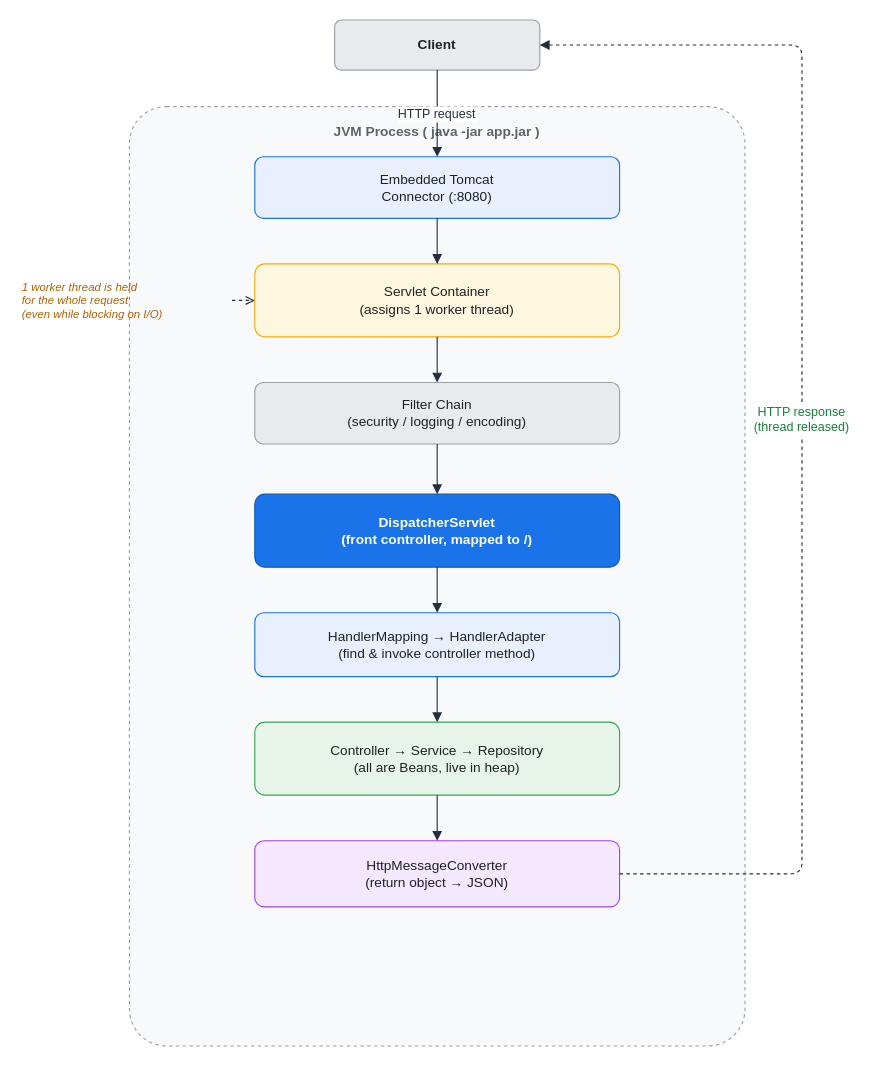
Earlier version of the draw.io diagram assets/img/spring/spring-01-request-flow.drawio (KKamJi98/kkamji98.github.io). Source tidied: cells renumbered, new cells numbered last; positions are measured from the earlier drawing's top-left corner, leaving out a move shared by most shapes. Both pictures are drawn from the tidied source at 114%, with x=0, y=0 at pixel (19, 19).
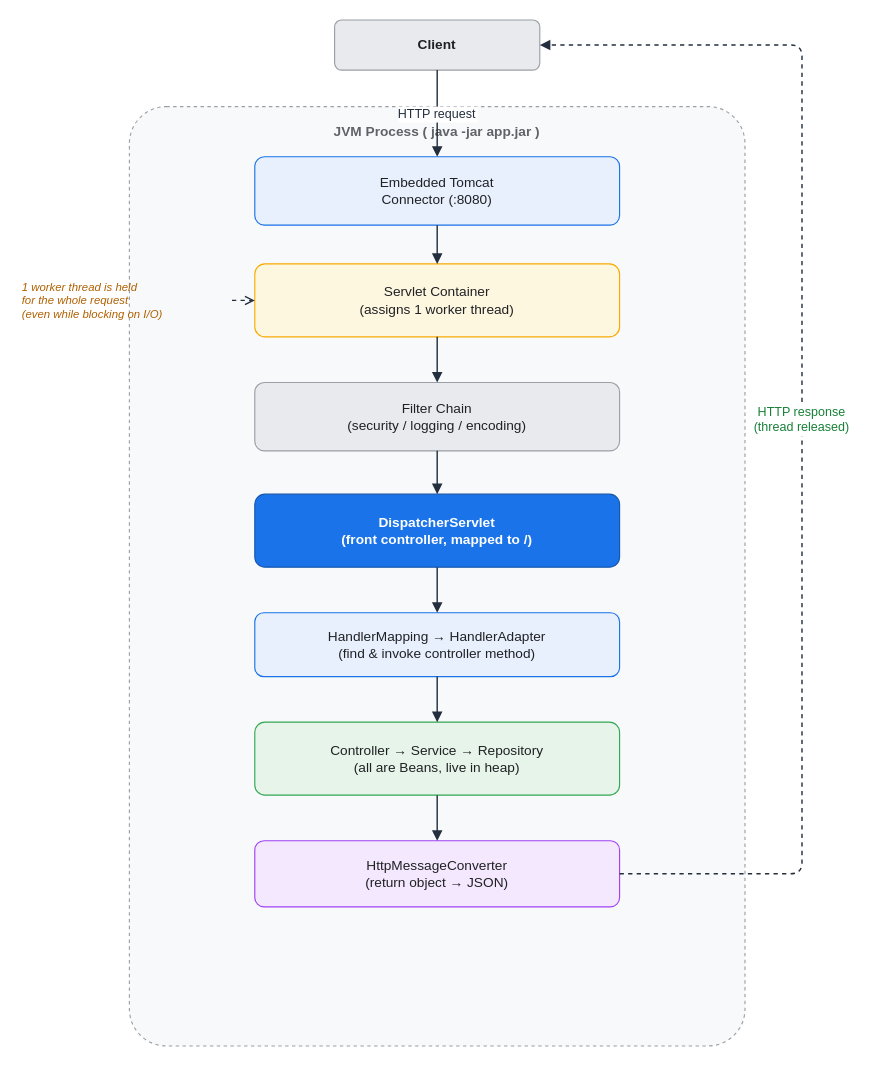
After the change.

Diff of the diagram source:
```diff
@@
-    <mxCell id="2" value="JVM Process ( java -jar app.jar )" style="rounded=1;whiteSpace=wrap;html=1;arcSize=6;shadow=0;fillColor=#F8F9FA;strokeColor=#9AA0A6;fontColor=#5F6368;fontStyle=1;verticalAlign=top;align=center;dashed=1;spacingTop=8;" parent="1" vertex="1">
+    <mxCell id="2" value="JVM Process ( java -jar app.jar )" style="rounded=1;whiteSpace=wrap;html=0;arcSize=6;shadow=0;fillColor=#F8F9FA;strokeColor=#9AA0A6;fontColor=#5F6368;fontStyle=1;verticalAlign=top;align=center;dashed=1;spacingTop=8;" parent="1" vertex="1">
       <mxGeometry x="96" y="76" width="540" height="824" as="geometry" />
     </mxCell>
-    <mxCell id="3" value="Client" style="rounded=1;whiteSpace=wrap;html=1;arcSize=14;shadow=0;fillColor=#E8EAED;strokeColor=#9AA0A6;fontColor=#202124;fontStyle=1;" parent="1" vertex="1">
+    <mxCell id="3" value="Client" style="rounded=1;whiteSpace=wrap;html=0;arcSize=14;shadow=0;fillColor=#E8EAED;strokeColor=#9AA0A6;fontColor=#202124;fontStyle=1;" parent="1" vertex="1">
       <mxGeometry x="276" width="180" height="44" as="geometry" />
     </mxCell>
-    <mxCell id="4" value="Embedded Tomcat&#10;Connector (:8080)" style="rounded=1;whiteSpace=wrap;html=1;arcSize=14;shadow=0;fillColor=#E8F0FE;strokeColor=#1A73E8;fontColor=#202124;" parent="1" vertex="1">
-      <mxGeometry x="206" y="120" width="320" height="54" as="geometry" />
+    <mxCell id="4" value="Embedded Tomcat&#10;Connector (:8080)" style="rounded=1;whiteSpace=wrap;html=0;arcSize=14;shadow=0;fillColor=#E8F0FE;strokeColor=#1A73E8;fontColor=#202124;" parent="1" vertex="1">
+      <mxGeometry x="206" y="120" width="320" height="60" as="geometry" />
     </mxCell>
-    <mxCell id="5" value="Servlet Container&#10;(assigns 1 worker thread)" style="rounded=1;whiteSpace=wrap;html=1;arcSize=14;shadow=0;fillColor=#FEF7E0;strokeColor=#F9AB00;fontColor=#202124;" parent="1" vertex="1">
+    <mxCell id="5" value="Servlet Container&#10;(assigns 1 worker thread)" style="rounded=1;whiteSpace=wrap;html=0;arcSize=14;shadow=0;fillColor=#FEF7E0;strokeColor=#F9AB00;fontColor=#202124;" parent="1" vertex="1">
       <mxGeometry x="206" y="214" width="320" height="64" as="geometry" />
     </mxCell>
-    <mxCell id="6" value="Filter Chain&#10;(security / logging / encoding)" style="rounded=1;whiteSpace=wrap;html=1;arcSize=14;shadow=0;fillColor=#E8EAED;strokeColor=#9AA0A6;fontColor=#202124;" parent="1" vertex="1">
-      <mxGeometry x="206" y="318" width="320" height="54" as="geometry" />
+    <mxCell id="6" value="Filter Chain&#10;(security / logging / encoding)" style="rounded=1;whiteSpace=wrap;html=0;arcSize=14;shadow=0;fillColor=#E8EAED;strokeColor=#9AA0A6;fontColor=#202124;" parent="1" vertex="1">
+      <mxGeometry x="206" y="318" width="320" height="60" as="geometry" />
     </mxCell>
-    <mxCell id="7" value="&lt;font style=&quot;color: rgb(255, 255, 255);&quot;&gt;DispatcherServlet&lt;br&gt;(front controller, mapped to /)&lt;/font&gt;" style="rounded=1;whiteSpace=wrap;html=1;arcSize=14;shadow=0;fillColor=#1A73E8;strokeColor=#1457B0;fontColor=#FFFFFF;fontStyle=1;" parent="1" vertex="1">
+    <mxCell id="7" value="DispatcherServlet&#10;(front controller, mapped to /)" style="rounded=1;whiteSpace=wrap;html=0;arcSize=14;shadow=0;fillColor=#1A73E8;strokeColor=#1457B0;fontColor=#FFFFFF;fontStyle=1;" parent="1" vertex="1">
       <mxGeometry x="206" y="416" width="320" height="64" as="geometry" />
     </mxCell>
-    <mxCell id="8" value="HandlerMapping → HandlerAdapter&#10;(find &amp; invoke controller method)" style="rounded=1;whiteSpace=wrap;html=1;arcSize=14;shadow=0;fillColor=#E8F0FE;strokeColor=#1A73E8;fontColor=#202124;" parent="1" vertex="1">
+    <mxCell id="8" value="HandlerMapping → HandlerAdapter&#10;(find &amp; invoke controller method)" style="rounded=1;whiteSpace=wrap;html=0;arcSize=14;shadow=0;fillColor=#E8F0FE;strokeColor=#1A73E8;fontColor=#202124;" parent="1" vertex="1">
       <mxGeometry x="206" y="520" width="320" height="56" as="geometry" />
     </mxCell>
-    <mxCell id="9" value="Controller → Service → Repository&#10;(all are Beans, live in heap)" style="rounded=1;whiteSpace=wrap;html=1;arcSize=14;shadow=0;fillColor=#E6F4EA;strokeColor=#34A853;fontColor=#202124;" parent="1" vertex="1">
+    <mxCell id="9" value="Controller → Service → Repository&#10;(all are Beans, live in heap)" style="rounded=1;whiteSpace=wrap;html=0;arcSize=14;shadow=0;fillColor=#E6F4EA;strokeColor=#34A853;fontColor=#202124;" parent="1" vertex="1">
       <mxGeometry x="206" y="616" width="320" height="64" as="geometry" />
     </mxCell>
-    <mxCell id="10" value="HttpMessageConverter&#10;(return object → JSON)" style="rounded=1;whiteSpace=wrap;html=1;arcSize=14;shadow=0;fillColor=#F3E8FD;strokeColor=#A142F4;fontColor=#202124;" parent="1" vertex="1">
+    <mxCell id="10" value="HttpMessageConverter&#10;(return object → JSON)" style="rounded=1;whiteSpace=wrap;html=0;arcSize=14;shadow=0;fillColor=#F3E8FD;strokeColor=#A142F4;fontColor=#202124;" parent="1" vertex="1">
       <mxGeometry x="206" y="720" width="320" height="58" as="geometry" />
     </mxCell>
-    <mxCell id="11" value="1 worker thread is held&#10;for the whole request&#10;(even while blocking on I/O)" style="text;html=1;align=left;verticalAlign=middle;whiteSpace=wrap;fontSize=10;fontColor=#B06000;fontStyle=2;" parent="1" vertex="1">
+    <mxCell id="11" value="1 worker thread is held&#10;for the whole request&#10;(even while blocking on I/O)" style="text;html=0;align=left;verticalAlign=middle;whiteSpace=wrap;fontSize=10;fontColor=#B06000;fontStyle=2;" parent="1" vertex="1">
       <mxGeometry y="214" width="186" height="64" as="geometry" />
     </mxCell>
-    <mxCell id="12" value="HTTP request" style="edgeStyle=orthogonalEdgeStyle;rounded=1;html=0;fontColor=#232F3E;strokeColor=#232F3E;labelBackgroundColor=#FFFFFF;endArrow=block;exitX=0.5;exitY=1;exitDx=0;exitDy=0;entryX=0.5;entryY=0;entryDx=0;entryDy=0;" parent="1" edge="1" source="3" target="4">
+    <mxCell id="12" value="HTTP request" style="edgeStyle=orthogonalEdgeStyle;rounded=1;html=0;fontColor=#232F3E;strokeColor=#232F3E;labelBackgroundColor=#FFFFFF;endArrow=block;exitX=0.5;exitY=1;exitDx=0;exitDy=0;entryX=0.5;entryY=0;entryDx=0;entryDy=0;strokeWidth=1.25;" parent="1" edge="1" source="3" target="4">
       <mxGeometry relative="1" as="geometry" />
     </mxCell>
-    <mxCell id="13" style="edgeStyle=orthogonalEdgeStyle;rounded=1;html=1;fontColor=#232F3E;strokeColor=#232F3E;labelBackgroundColor=none;endArrow=block;exitX=0.5;exitY=1;exitDx=0;exitDy=0;entryX=0.5;entryY=0;entryDx=0;entryDy=0;" parent="1" edge="1" source="4" target="5">
+    <mxCell id="13" style="edgeStyle=orthogonalEdgeStyle;rounded=1;html=0;fontColor=#232F3E;strokeColor=#232F3E;labelBackgroundColor=none;endArrow=block;exitX=0.5;exitY=1;exitDx=0;exitDy=0;entryX=0.5;entryY=0;entryDx=0;entryDy=0;strokeWidth=1.25;" parent="1" edge="1" source="4" target="5">
       <mxGeometry relative="1" as="geometry" />
     </mxCell>
-    <mxCell id="14" style="edgeStyle=orthogonalEdgeStyle;rounded=1;html=1;fontColor=#232F3E;strokeColor=#232F3E;labelBackgroundColor=none;endArrow=block;exitX=0.5;exitY=1;exitDx=0;exitDy=0;entryX=0.5;entryY=0;entryDx=0;entryDy=0;" parent="1" edge="1" source="5" target="6">
+    <mxCell id="14" style="edgeStyle=orthogonalEdgeStyle;rounded=1;html=0;fontColor=#232F3E;strokeColor=#232F3E;labelBackgroundColor=none;endArrow=block;exitX=0.5;exitY=1;exitDx=0;exitDy=0;entryX=0.5;entryY=0;entryDx=0;entryDy=0;strokeWidth=1.25;" parent="1" edge="1" source="5" target="6">
       <mxGeometry relative="1" as="geometry" />
     </mxCell>
-    <mxCell id="15" style="edgeStyle=orthogonalEdgeStyle;rounded=1;html=1;fontColor=#232F3E;strokeColor=#232F3E;labelBackgroundColor=none;endArrow=block;exitX=0.5;exitY=1;exitDx=0;exitDy=0;entryX=0.5;entryY=0;entryDx=0;entryDy=0;" parent="1" edge="1" source="6" target="7">
+    <mxCell id="15" style="edgeStyle=orthogonalEdgeStyle;rounded=1;html=0;fontColor=#232F3E;strokeColor=#232F3E;labelBackgroundColor=none;endArrow=block;exitX=0.5;exitY=1;exitDx=0;exitDy=0;entryX=0.5;entryY=0;entryDx=0;entryDy=0;strokeWidth=1.25;" parent="1" edge="1" source="6" target="7">
       <mxGeometry relative="1" as="geometry" />
     </mxCell>
-    <mxCell id="16" style="edgeStyle=orthogonalEdgeStyle;rounded=1;html=1;fontColor=#232F3E;strokeColor=#232F3E;labelBackgroundColor=none;endArrow=block;exitX=0.5;exitY=1;exitDx=0;exitDy=0;entryX=0.5;entryY=0;entryDx=0;entryDy=0;" parent="1" edge="1" source="7" target="8">
+    <mxCell id="16" style="edgeStyle=orthogonalEdgeStyle;rounded=1;html=0;fontColor=#232F3E;strokeColor=#232F3E;labelBackgroundColor=none;endArrow=block;exitX=0.5;exitY=1;exitDx=0;exitDy=0;entryX=0.5;entryY=0;entryDx=0;entryDy=0;strokeWidth=1.25;" parent="1" edge="1" source="7" target="8">
       <mxGeometry relative="1" as="geometry" />
     </mxCell>
-    <mxCell id="17" style="edgeStyle=orthogonalEdgeStyle;rounded=1;html=1;fontColor=#232F3E;strokeColor=#232F3E;labelBackgroundColor=none;endArrow=block;exitX=0.5;exitY=1;exitDx=0;exitDy=0;entryX=0.5;entryY=0;entryDx=0;entryDy=0;" parent="1" edge="1" source="8" target="9">
+    <mxCell id="17" style="edgeStyle=orthogonalEdgeStyle;rounded=1;html=0;fontColor=#232F3E;strokeColor=#232F3E;labelBackgroundColor=none;endArrow=block;exitX=0.5;exitY=1;exitDx=0;exitDy=0;entryX=0.5;entryY=0;entryDx=0;entryDy=0;strokeWidth=1.25;" parent="1" edge="1" source="8" target="9">
       <mxGeometry relative="1" as="geometry" />
     </mxCell>
-    <mxCell id="18" style="edgeStyle=orthogonalEdgeStyle;rounded=1;html=1;fontColor=#232F3E;strokeColor=#232F3E;labelBackgroundColor=none;endArrow=block;exitX=0.5;exitY=1;exitDx=0;exitDy=0;entryX=0.5;entryY=0;entryDx=0;entryDy=0;" parent="1" edge="1" source="9" target="10">
+    <mxCell id="18" style="edgeStyle=orthogonalEdgeStyle;rounded=1;html=0;fontColor=#232F3E;strokeColor=#232F3E;labelBackgroundColor=none;endArrow=block;exitX=0.5;exitY=1;exitDx=0;exitDy=0;entryX=0.5;entryY=0;entryDx=0;entryDy=0;strokeWidth=1.25;" parent="1" edge="1" source="9" target="10">
       <mxGeometry relative="1" as="geometry" />
     </mxCell>
-    <mxCell id="19" value="HTTP response&#10;(thread released)" style="edgeStyle=orthogonalEdgeStyle;rounded=1;html=0;dashed=1;fontColor=#188038;strokeColor=#232F3E;labelBackgroundColor=#FFFFFF;endArrow=block;exitX=1;exitY=0.5;exitDx=0;exitDy=0;entryX=1;entryY=0.5;entryDx=0;entryDy=0;" parent="1" edge="1" source="10" target="3">
+    <mxCell id="19" value="HTTP response&#10;(thread released)" style="edgeStyle=orthogonalEdgeStyle;rounded=1;html=0;dashed=1;fontColor=#188038;strokeColor=#232F3E;labelBackgroundColor=#FFFFFF;endArrow=block;exitX=1;exitY=0.5;exitDx=0;exitDy=0;entryX=1;entryY=0.5;entryDx=0;entryDy=0;strokeWidth=1.25;" parent="1" edge="1" source="10" target="3">
       <mxGeometry relative="1" as="geometry">
         <Array as="points">
           <mxPoint x="686" y="749" />
           <mxPoint x="686" y="22" />
         </Array>
       </mxGeometry>
     </mxCell>
-    <mxCell id="20" style="edgeStyle=orthogonalEdgeStyle;rounded=1;html=1;dashed=1;strokeColor=#232F3E;fontColor=#232F3E;labelBackgroundColor=none;endArrow=open;endSize=6;exitX=1;exitY=0.5;exitDx=0;exitDy=0;entryX=0;entryY=0.5;entryDx=0;entryDy=0;" parent="1" edge="1" source="11" target="5">
+    <mxCell id="20" style="edgeStyle=orthogonalEdgeStyle;rounded=1;html=0;dashed=1;strokeColor=#232F3E;fontColor=#232F3E;labelBackgroundColor=none;endArrow=open;endSize=6;exitX=1;exitY=0.5;exitDx=0;exitDy=0;entryX=0;entryY=0.5;entryDx=0;entryDy=0;strokeWidth=1.25;" parent="1" edge="1" source="11" target="5">
       <mxGeometry relative="1" as="geometry" />
     </mxCell>
```
